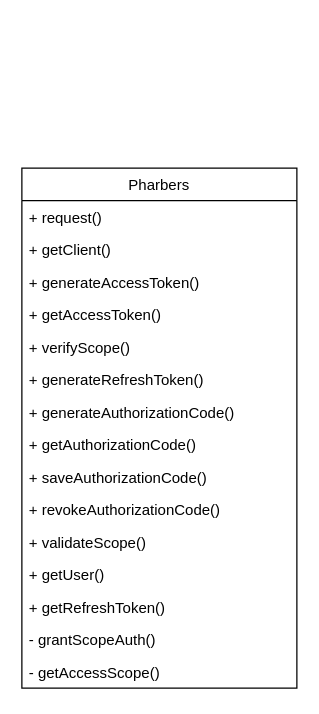
wordlu/note-update keeps this draw.io diagram as Untitled Diagram.drawio. Above is the earlier version. Source tidied: cells renumbered, new cells numbered last; positions are measured from the earlier drawing's top-left corner, leaving out a move shared by most shapes. Both pictures are drawn from the tidied source at 125%, with x=0, y=0 at pixel (21, 168).
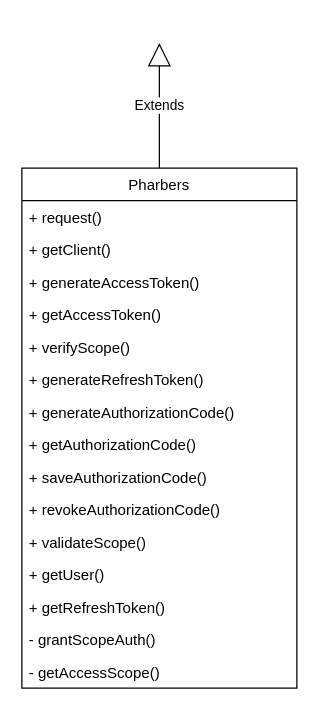
After the change.

Diff of the diagram source:
```diff
@@
 <mxGraphModel>
   <root>
     <mxCell id="0" />
     <mxCell id="1" parent="0" />
     <mxCell id="2" value="Pharbers" style="swimlane;fontStyle=0;horizontal=1;startSize=26;fillColor=none;" parent="1" vertex="1">
       <mxGeometry width="220" height="416" as="geometry" />
     </mxCell>
     <mxCell id="3" value="+ request()" style="text;strokeColor=none;fillColor=none;align=left;verticalAlign=top;spacingLeft=4;spacingRight=4;overflow=hidden;" parent="2" vertex="1">
       <mxGeometry y="26" width="220" height="26" as="geometry" />
     </mxCell>
     <mxCell id="4" value="+ getClient()" style="text;strokeColor=none;fillColor=none;align=left;verticalAlign=top;spacingLeft=4;spacingRight=4;overflow=hidden;" parent="2" vertex="1">
       <mxGeometry y="52" width="220" height="26" as="geometry" />
     </mxCell>
     <mxCell id="5" value="+ generateAccessToken()&#10;&#10;+ saveToken()&#10;" style="text;strokeColor=none;fillColor=none;align=left;verticalAlign=top;spacingLeft=4;spacingRight=4;overflow=hidden;" parent="2" vertex="1">
       <mxGeometry y="78" width="220" height="26" as="geometry" />
     </mxCell>
     <mxCell id="6" value="+ getAccessToken()" style="text;strokeColor=none;fillColor=none;align=left;verticalAlign=top;spacingLeft=4;spacingRight=4;overflow=hidden;" parent="2" vertex="1">
       <mxGeometry y="104" width="220" height="26" as="geometry" />
     </mxCell>
     <mxCell id="7" value="+ verifyScope()&#10;&#10;" style="text;strokeColor=none;fillColor=none;align=left;verticalAlign=top;spacingLeft=4;spacingRight=4;overflow=hidden;" parent="2" vertex="1">
       <mxGeometry y="130" width="220" height="26" as="geometry" />
     </mxCell>
     <mxCell id="8" value="+ generateRefreshToken()&#10;&#10;&#10;&#10;" style="text;strokeColor=none;fillColor=none;align=left;verticalAlign=top;spacingLeft=4;spacingRight=4;overflow=hidden;" parent="2" vertex="1">
       <mxGeometry y="156" width="220" height="26" as="geometry" />
     </mxCell>
     <mxCell id="9" value="+ generateAuthorizationCode()&#10;&#10;&#10;" style="text;strokeColor=none;fillColor=none;align=left;verticalAlign=top;spacingLeft=4;spacingRight=4;overflow=hidden;" parent="2" vertex="1">
       <mxGeometry y="182" width="220" height="26" as="geometry" />
     </mxCell>
     <mxCell id="10" value="+ getAuthorizationCode()" style="text;strokeColor=none;fillColor=none;align=left;verticalAlign=top;spacingLeft=4;spacingRight=4;overflow=hidden;" parent="2" vertex="1">
       <mxGeometry y="208" width="220" height="26" as="geometry" />
     </mxCell>
     <mxCell id="11" value="+ saveAuthorizationCode()&#10;&#10;&#10;" style="text;strokeColor=none;fillColor=none;align=left;verticalAlign=top;spacingLeft=4;spacingRight=4;overflow=hidden;" parent="2" vertex="1">
       <mxGeometry y="234" width="220" height="26" as="geometry" />
     </mxCell>
     <mxCell id="12" value="+ revokeAuthorizationCode()" style="text;strokeColor=none;fillColor=none;align=left;verticalAlign=top;spacingLeft=4;spacingRight=4;overflow=hidden;" parent="2" vertex="1">
       <mxGeometry y="260" width="220" height="26" as="geometry" />
     </mxCell>
     <mxCell id="13" value="+ validateScope()" style="text;strokeColor=none;fillColor=none;align=left;verticalAlign=top;spacingLeft=4;spacingRight=4;overflow=hidden;" parent="2" vertex="1">
       <mxGeometry y="286" width="220" height="26" as="geometry" />
     </mxCell>
     <mxCell id="14" value="+ getUser()" style="text;strokeColor=none;fillColor=none;align=left;verticalAlign=top;spacingLeft=4;spacingRight=4;overflow=hidden;" parent="2" vertex="1">
       <mxGeometry y="312" width="220" height="26" as="geometry" />
     </mxCell>
     <mxCell id="15" value="+ getRefreshToken()" style="text;strokeColor=none;fillColor=none;align=left;verticalAlign=top;spacingLeft=4;spacingRight=4;overflow=hidden;" parent="2" vertex="1">
       <mxGeometry y="338" width="220" height="26" as="geometry" />
     </mxCell>
     <mxCell id="16" value="- grantScopeAuth()" style="text;strokeColor=none;fillColor=none;align=left;verticalAlign=top;spacingLeft=4;spacingRight=4;overflow=hidden;" parent="2" vertex="1">
       <mxGeometry y="364" width="220" height="26" as="geometry" />
     </mxCell>
     <mxCell id="17" value="- getAccessScope()" style="text;strokeColor=none;fillColor=none;align=left;verticalAlign=top;spacingLeft=4;spacingRight=4;overflow=hidden;" parent="2" vertex="1">
       <mxGeometry y="390" width="220" height="26" as="geometry" />
     </mxCell>
+    <mxCell id="18" value="Extends" style="endArrow=block;endSize=16;endFill=0;html=1;exitX=0.5;exitY=0;exitDx=0;exitDy=0;" parent="1" edge="1" source="2">
+      <mxGeometry relative="1" as="geometry">
+        <mxPoint x="110" y="-100" as="targetPoint" />
+      </mxGeometry>
+    </mxCell>
   </root>
 </mxGraphModel>
```
